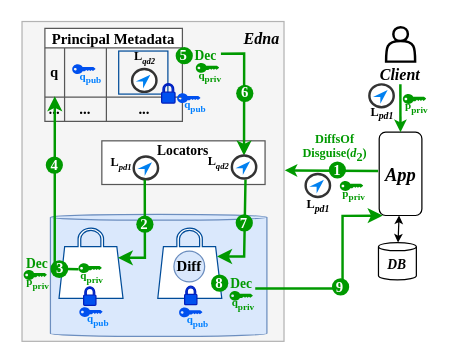
Above: page "EdnaReveal" (1 of 13) of papers/osdi22/figs/edna.drawio in tslilyai/data_disguises_lobsters (draw.io), before the change. Source tidied: cells renumbered, new cells numbered last; positions are measured from the earlier drawing's top-left corner, leaving out a move shared by most shapes. Both pictures are drawn from the tidied source at 123%, with x=0, y=0 at pixel (21, 21).
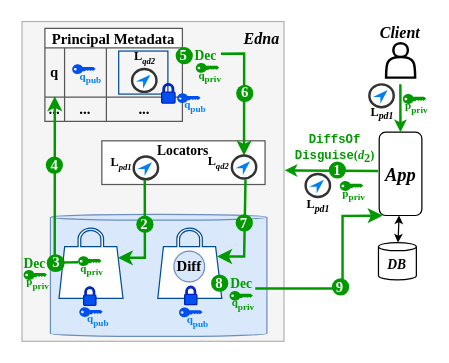
The same page after the edit.

Unchanged cells that the change refers to:
```xml
<mxCell id="4" style="shape=partialRectangle;html=1;whiteSpace=wrap;fillColor=none;top=0;left=0;bottom=0;right=0;points=[[0,0.5],[1,0.5]];portConstraint=eastwest;fontStyle=1;fontFamily=Times New Roman;" parent="3" vertex="1">
  <mxGeometry y="16" width="111.8" height="40" as="geometry" />
</mxCell>
```

The edit, as a diff of the source:
```diff
@@
-    <mxCell id="21" value="DiffsOf&lt;br style=&quot;font-size: 10px&quot;&gt;Disguise(&lt;i&gt;d&lt;/i&gt;&lt;sub style=&quot;font-size: 10px&quot;&gt;2&lt;/sub&gt;)" style="text;html=1;strokeColor=none;fillColor=none;align=center;verticalAlign=middle;whiteSpace=wrap;rounded=0;fontSize=10;fontColor=#009900;labelBackgroundColor=#ffffff;fontStyle=1;fontFamily=Times New Roman;" parent="1" vertex="1">
+    <mxCell id="21" value="&lt;font face=&quot;Courier New&quot;&gt;DiffsOf&lt;br style=&quot;font-size: 10px&quot;&gt;Disguise&lt;font face=&quot;Times New Roman&quot;&gt;(&lt;/font&gt;&lt;/font&gt;&lt;i&gt;d&lt;/i&gt;&lt;sub style=&quot;font-size: 10px&quot;&gt;2&lt;/sub&gt;)" style="text;html=1;strokeColor=none;fillColor=none;align=center;verticalAlign=middle;whiteSpace=wrap;rounded=0;fontSize=10;fontColor=#009900;labelBackgroundColor=#ffffff;fontStyle=1;fontFamily=Times New Roman;" parent="1" vertex="1">
       <mxGeometry x="214.6" y="92.7" width="79.6" height="20" as="geometry" />
     </mxCell>
@@
     <mxCell id="28" value="Dec" style="text;html=1;strokeColor=none;fillColor=none;align=center;verticalAlign=middle;whiteSpace=wrap;rounded=0;labelBackgroundColor=none;fontFamily=Times New Roman;fontColor=#009900;fontSize=11;fontStyle=1;" parent="1" vertex="1">
-      <mxGeometry x="1.7" y="189.8" width="21.8" height="15.3" as="geometry" />
+      <mxGeometry x="-0.3" y="189.8" width="21.8" height="15.3" as="geometry" />
     </mxCell>
     <mxCell id="29" style="endArrow=classic;html=1;rounded=0;labelBackgroundColor=#E6E6E6;fontFamily=Times New Roman;fontSize=11;fontColor=#009900;strokeColor=#009900;strokeWidth=2;snapToPoint=0;fontStyle=1;entryX=0.072;entryY=0.981;entryDx=0;entryDy=0;entryPerimeter=0;exitX=0.005;exitY=0.616;exitDx=0;exitDy=0;exitPerimeter=0;" parent="1" edge="1" source="45" target="4">
       <mxGeometry relative="1" as="geometry">
         <Array as="points">
-          <mxPoint x="27" y="201" />
+          <mxPoint x="27" y="196" />
         </Array>
       </mxGeometry>
     </mxCell>
@@
     <mxCell id="33" value="3" style="ellipse;whiteSpace=wrap;html=1;fontSize=12;strokeColor=none;fillColor=#009900;fontStyle=1;fontColor=#FFFFFF;spacing=0;spacingTop=0;fontFamily=Times New Roman;" parent="1" vertex="1">
-      <mxGeometry x="23.5" y="194" width="14.5" height="14.5" as="geometry" />
+      <mxGeometry x="20.5" y="189.2" width="14.5" height="14.5" as="geometry" />
     </mxCell>
@@
-    <mxCell id="43" value="&lt;div&gt;Client&lt;/div&gt;" style="shape=actor;whiteSpace=wrap;html=1;labelBackgroundColor=none;fontSize=13;fontColor=#000000;strokeColor=default;strokeWidth=2;fillColor=none;gradientColor=#ffffff;labelPosition=center;verticalLabelPosition=bottom;align=center;verticalAlign=top;fontStyle=3;spacing=-2;fontFamily=Times New Roman;" parent="1" vertex="1">
-      <mxGeometry x="296.4" y="4.7" width="23.6" height="27.9" as="geometry" />
+    <mxCell id="43" value="&lt;div&gt;Client&lt;/div&gt;" style="shape=actor;whiteSpace=wrap;html=1;labelBackgroundColor=none;fontSize=13;fontColor=#000000;strokeColor=default;strokeWidth=2;fillColor=none;gradientColor=#ffffff;labelPosition=center;verticalLabelPosition=top;align=center;verticalAlign=bottom;fontStyle=3;spacing=0;fontFamily=Times New Roman;" parent="1" vertex="1">
+      <mxGeometry x="296.4" y="17.7" width="23.6" height="27.9" as="geometry" />
     </mxCell>
@@
     <mxCell id="45" value="q&lt;sub&gt;priv&lt;/sub&gt;" style="points=[[0,0.5,0],[0.24,0,0],[0.5,0.28,0],[0.995,0.475,0],[0.5,0.72,0],[0.24,1,0]];verticalLabelPosition=bottom;sketch=0;html=1;verticalAlign=top;align=center;shape=mxgraph.cisco19.key;fillColor=#009900;strokeColor=#00CC00;fontSize=9;fontColor=#009900;spacingLeft=3;spacingTop=-10;fontStyle=1;fontFamily=Times New Roman;spacingBottom=3;" parent="1" vertex="1">
-      <mxGeometry x="46.3" y="196.5" width="19" height="8" as="geometry" />
+      <mxGeometry x="46" y="190.8" width="19" height="8" as="geometry" />
     </mxCell>
```
